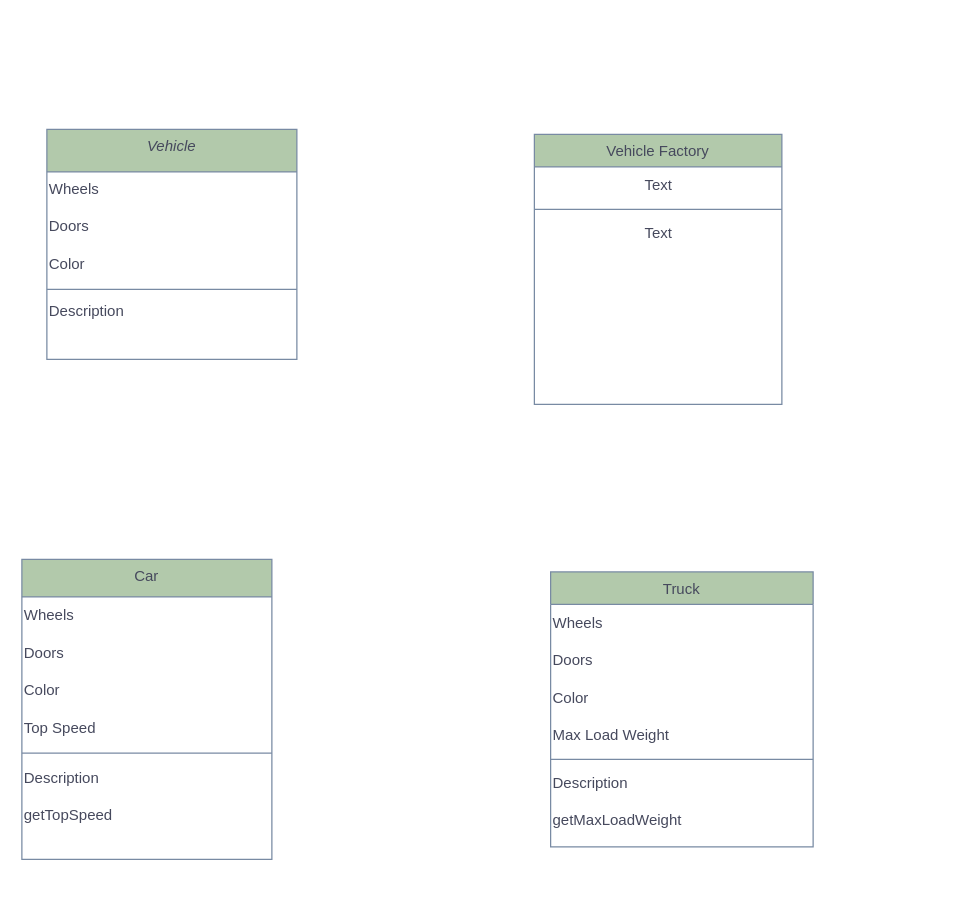
Earlier version of the draw.io diagram Untitled Diagram.drawio (Kvevli/Use-case-diagram-Task). Source tidied: cells renumbered, new cells numbered last; positions are measured from the earlier drawing's top-left corner, leaving out a move shared by most shapes. Both pictures are drawn from the tidied source at 125%, with x=0, y=0 at pixel (21, 129).
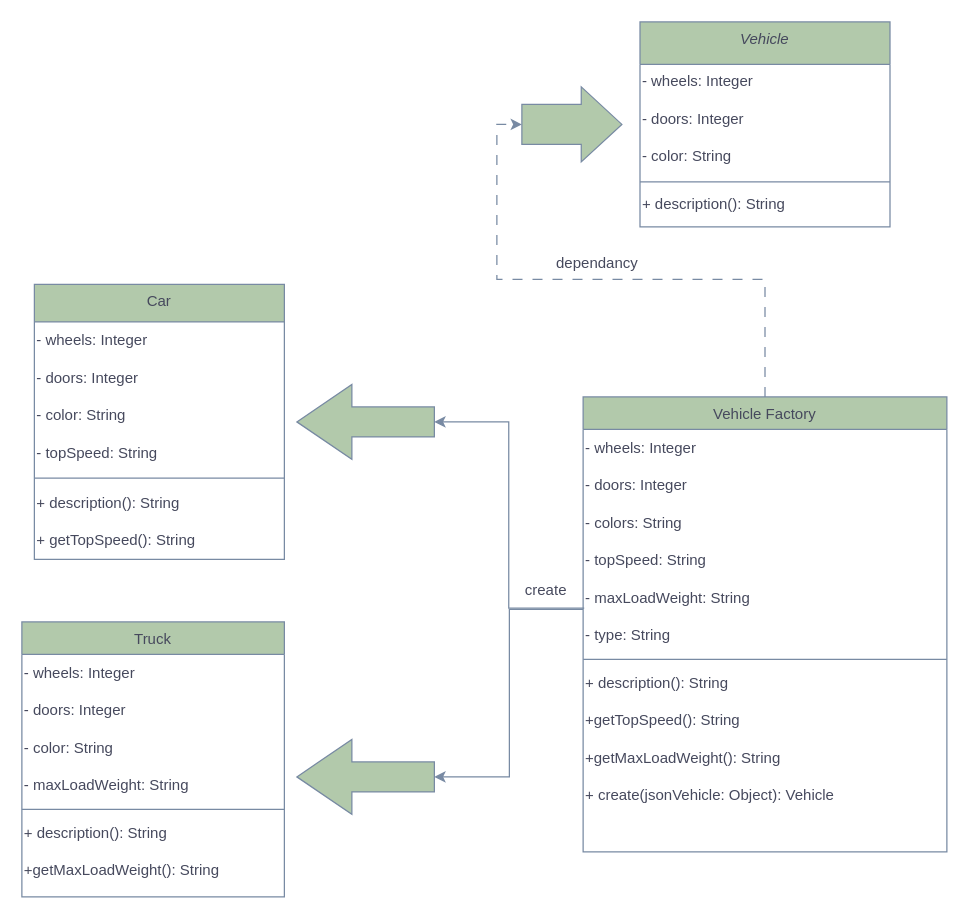
The same page after the edit.

What changed in the source:
```diff
@@
     <mxCell id="2" value="Vehicle" style="swimlane;fontStyle=2;align=center;verticalAlign=top;horizontal=1;startSize=34;rounded=0;shadow=0;strokeWidth=1;labelBackgroundColor=none;fillColor=#B2C9AB;strokeColor=#788AA3;fontColor=#46495D;" parent="1" vertex="1">
-      <mxGeometry x="20" width="200" height="184" as="geometry" />
+      <mxGeometry x="494.5" y="-86" width="200" height="164" as="geometry" />
     </mxCell>
-    <mxCell id="3" value="Wheels" style="text;align=left;verticalAlign=top;strokeColor=none;fillColor=none;fontColor=#46495D;" parent="2" vertex="1">
+    <mxCell id="3" value="- wheels: Integer" style="text;align=left;verticalAlign=top;strokeColor=none;fillColor=none;fontColor=#46495D;" parent="2" vertex="1">
       <mxGeometry y="34" width="200" height="30" as="geometry" />
     </mxCell>
-    <mxCell id="4" value="Doors" style="text;align=left;verticalAlign=top;strokeColor=none;fillColor=none;labelBackgroundColor=none;fontColor=#46495D;" parent="2" vertex="1">
+    <mxCell id="4" value="- doors: Integer" style="text;align=left;verticalAlign=top;strokeColor=none;fillColor=none;labelBackgroundColor=none;fontColor=#46495D;" parent="2" vertex="1">
       <mxGeometry y="64" width="200" height="30" as="geometry" />
     </mxCell>
-    <mxCell id="5" value="Color" style="text;align=left;verticalAlign=top;strokeColor=none;fillColor=none;labelBackgroundColor=none;fontColor=#46495D;" parent="2" vertex="1">
+    <mxCell id="5" value="- color: String" style="text;align=left;verticalAlign=top;strokeColor=none;fillColor=none;labelBackgroundColor=none;fontColor=#46495D;" parent="2" vertex="1">
       <mxGeometry y="94" width="200" height="30" as="geometry" />
     </mxCell>
@@
-    <mxCell id="7" value="Description" style="text;align=left;verticalAlign=top;strokeColor=none;fillColor=none;fontColor=#46495D;" parent="2" vertex="1">
+    <mxCell id="7" value="+ description(): String" style="text;align=left;verticalAlign=top;strokeColor=none;fillColor=none;fontColor=#46495D;" parent="2" vertex="1">
       <mxGeometry y="132" width="200" height="30" as="geometry" />
     </mxCell>
     <mxCell id="8" value="Car" style="swimlane;fontStyle=0;align=center;verticalAlign=top;horizontal=1;startSize=30;rounded=0;shadow=0;strokeWidth=1;labelBackgroundColor=none;fillColor=#B2C9AB;strokeColor=#788AA3;fontColor=#46495D;" parent="1" vertex="1">
-      <mxGeometry y="344" width="200" height="240" as="geometry" />
+      <mxGeometry x="10" y="124" width="200" height="220" as="geometry" />
     </mxCell>
-    <mxCell id="9" value="Wheels" style="text;html=1;align=left;verticalAlign=middle;strokeColor=none;fillColor=none;fontColor=#46495D;" parent="8" vertex="1">
+    <mxCell id="9" value="- wheels: Integer" style="text;html=1;align=left;verticalAlign=middle;strokeColor=none;fillColor=none;fontColor=#46495D;" parent="8" vertex="1">
       <mxGeometry y="30" width="200" height="30" as="geometry" />
     </mxCell>
-    <mxCell id="10" value="Doors" style="text;html=1;align=left;verticalAlign=middle;strokeColor=none;fillColor=none;fontColor=#46495D;" parent="8" vertex="1">
+    <mxCell id="10" value="- doors: Integer" style="text;html=1;align=left;verticalAlign=middle;strokeColor=none;fillColor=none;fontColor=#46495D;" parent="8" vertex="1">
       <mxGeometry y="60" width="200" height="30" as="geometry" />
     </mxCell>
-    <mxCell id="11" value="Color" style="text;html=1;align=left;verticalAlign=middle;strokeColor=none;fillColor=none;fontColor=#46495D;" parent="8" vertex="1">
+    <mxCell id="11" value="- color: String" style="text;html=1;align=left;verticalAlign=middle;strokeColor=none;fillColor=none;fontColor=#46495D;" parent="8" vertex="1">
       <mxGeometry y="90" width="200" height="30" as="geometry" />
     </mxCell>
-    <mxCell id="12" value="Top Speed" style="text;html=1;align=left;verticalAlign=middle;strokeColor=none;fillColor=none;fontColor=#46495D;" parent="8" vertex="1">
+    <mxCell id="12" value="- topSpeed: String" style="text;html=1;align=left;verticalAlign=middle;strokeColor=none;fillColor=none;fontColor=#46495D;" parent="8" vertex="1">
       <mxGeometry y="120" width="200" height="30" as="geometry" />
     </mxCell>
@@
-    <mxCell id="14" value="Description" style="text;html=1;align=left;verticalAlign=middle;strokeColor=none;fillColor=none;fontColor=#46495D;" parent="8" vertex="1">
+    <mxCell id="14" value="+ description(): String" style="text;html=1;align=left;verticalAlign=middle;strokeColor=none;fillColor=none;fontColor=#46495D;" parent="8" vertex="1">
       <mxGeometry y="160" width="200" height="30" as="geometry" />
     </mxCell>
-    <mxCell id="15" value="getTopSpeed" style="text;html=1;align=left;verticalAlign=middle;strokeColor=none;fillColor=none;fontColor=#46495D;" parent="8" vertex="1">
+    <mxCell id="15" value="+ getTopSpeed(): String" style="text;html=1;align=left;verticalAlign=middle;strokeColor=none;fillColor=none;fontColor=#46495D;" parent="8" vertex="1">
       <mxGeometry y="190" width="200" height="30" as="geometry" />
     </mxCell>
     <mxCell id="16" value="Truck" style="swimlane;fontStyle=0;align=center;verticalAlign=top;horizontal=1;startSize=26;rounded=0;shadow=0;strokeWidth=1;labelBackgroundColor=none;fillColor=#B2C9AB;strokeColor=#788AA3;fontColor=#46495D;" parent="1" vertex="1">
-      <mxGeometry x="423" y="354" width="210" height="220" as="geometry" />
+      <mxGeometry y="394" width="210" height="220" as="geometry" />
     </mxCell>
-    <mxCell id="17" value="&lt;div&gt;Wheels&lt;/div&gt;" style="text;html=1;align=left;verticalAlign=middle;strokeColor=none;fillColor=none;labelBackgroundColor=none;fontColor=#46495D;" parent="16" vertex="1">
+    <mxCell id="17" value="- wheels: Integer" style="text;html=1;align=left;verticalAlign=middle;strokeColor=none;fillColor=none;labelBackgroundColor=none;fontColor=#46495D;" parent="16" vertex="1">
       <mxGeometry y="26" width="210" height="30" as="geometry" />
     </mxCell>
-    <mxCell id="18" value="Doors" style="text;html=1;align=left;verticalAlign=middle;strokeColor=none;fillColor=none;fontColor=#46495D;" parent="16" vertex="1">
+    <mxCell id="18" value="&lt;div&gt;- doors: Integer&lt;/div&gt;" style="text;html=1;align=left;verticalAlign=middle;strokeColor=none;fillColor=none;fontColor=#46495D;" parent="16" vertex="1">
       <mxGeometry y="56" width="210" height="30" as="geometry" />
     </mxCell>
-    <mxCell id="19" value="Color" style="text;html=1;align=left;verticalAlign=middle;strokeColor=none;fillColor=none;fontColor=#46495D;" parent="16" vertex="1">
+    <mxCell id="19" value="- color: String" style="text;html=1;align=left;verticalAlign=middle;strokeColor=none;fillColor=none;fontColor=#46495D;" parent="16" vertex="1">
       <mxGeometry y="86" width="210" height="30" as="geometry" />
     </mxCell>
-    <mxCell id="20" value="Max Load Weight" style="text;html=1;align=left;verticalAlign=middle;strokeColor=none;fillColor=none;fontColor=#46495D;" parent="16" vertex="1">
+    <mxCell id="20" value="- maxLoadWeight: String" style="text;html=1;align=left;verticalAlign=middle;strokeColor=none;fillColor=none;fontColor=#46495D;" parent="16" vertex="1">
       <mxGeometry y="116" width="210" height="30" as="geometry" />
     </mxCell>
@@
-    <mxCell id="22" value="Description" style="text;html=1;align=left;verticalAlign=middle;strokeColor=none;fillColor=none;fontColor=#46495D;" parent="16" vertex="1">
+    <mxCell id="22" value="+ description(): String" style="text;html=1;align=left;verticalAlign=middle;strokeColor=none;fillColor=none;fontColor=#46495D;" parent="16" vertex="1">
       <mxGeometry y="154" width="210" height="30" as="geometry" />
     </mxCell>
-    <mxCell id="23" value="getMaxLoadWeight" style="text;html=1;align=left;verticalAlign=middle;strokeColor=none;fillColor=none;fontColor=#46495D;" parent="16" vertex="1">
+    <mxCell id="23" value="+getMaxLoadWeight(): String" style="text;html=1;align=left;verticalAlign=middle;strokeColor=none;fillColor=none;fontColor=#46495D;" parent="16" vertex="1">
       <mxGeometry y="184" width="210" height="30" as="geometry" />
     </mxCell>
+    <mxCell id="28" style="edgeStyle=orthogonalEdgeStyle;rounded=0;jettySize=auto;html=1;strokeColor=#788AA3;fontColor=#46495D;fillColor=#B2C9AB;entryX=0;entryY=0.5;entryDx=0;entryDy=0;entryPerimeter=0;" parent="1" edge="1" source="24" target="39">
+      <mxGeometry relative="1" as="geometry">
+        <Array as="points">
+          <mxPoint x="390" y="384" />
+          <mxPoint x="390" y="518" />
+        </Array>
+      </mxGeometry>
+    </mxCell>
     <mxCell id="24" value="Vehicle Factory" style="swimlane;fontStyle=0;align=center;verticalAlign=top;horizontal=1;startSize=26;rounded=0;shadow=0;strokeWidth=1;labelBackgroundColor=none;fillColor=#B2C9AB;strokeColor=#788AA3;fontColor=#46495D;" parent="1" vertex="1">
-      <mxGeometry x="410" y="4" width="198" height="216" as="geometry" />
+      <mxGeometry x="449" y="214" width="291" height="364" as="geometry" />
     </mxCell>
-    <mxCell id="25" value="Text" style="text;html=1;align=center;verticalAlign=middle;strokeColor=none;fillColor=none;fontColor=#46495D;" parent="24" vertex="1">
-      <mxGeometry y="26" width="198" height="30" as="geometry" />
+    <mxCell id="25" value="- wheels: Integer" style="text;html=1;align=left;verticalAlign=middle;strokeColor=none;fillColor=none;fontColor=#46495D;" parent="24" vertex="1">
+      <mxGeometry y="26" width="291" height="30" as="geometry" />
     </mxCell>
+    <mxCell id="29" value="- doors: Integer" style="text;html=1;align=left;verticalAlign=middle;strokeColor=none;fillColor=none;fontColor=#46495D;" parent="24" vertex="1">
+      <mxGeometry y="56" width="291" height="30" as="geometry" />
+    </mxCell>
+    <mxCell id="30" value="- colors: String" style="text;html=1;align=left;verticalAlign=middle;strokeColor=none;fillColor=none;fontColor=#46495D;" parent="24" vertex="1">
+      <mxGeometry y="86" width="291" height="30" as="geometry" />
+    </mxCell>
+    <mxCell id="31" value="- topSpeed: String" style="text;html=1;align=left;verticalAlign=middle;strokeColor=none;fillColor=none;fontColor=#46495D;" parent="24" vertex="1">
+      <mxGeometry y="116" width="291" height="30" as="geometry" />
+    </mxCell>
+    <mxCell id="32" value="- maxLoadWeight: String" style="text;html=1;align=left;verticalAlign=middle;points=[];strokeColor=none;fillColor=none;fontColor=#46495D;" parent="24" vertex="1">
+      <mxGeometry y="146" width="291" height="30" as="geometry" />
+    </mxCell>
+    <mxCell id="33" value="- type: String" style="text;html=1;align=left;verticalAlign=middle;strokeColor=none;fillColor=none;fontColor=#46495D;" parent="24" vertex="1">
+      <mxGeometry y="176" width="291" height="30" as="geometry" />
+    </mxCell>
     <mxCell id="26" style="line;html=1;strokeWidth=1;align=left;verticalAlign=middle;spacingTop=-1;spacingLeft=3;spacingRight=3;labelPosition=right;labelBackgroundColor=none;fillColor=#B2C9AB;strokeColor=#788AA3;fontColor=#46495D;" parent="24" vertex="1">
-      <mxGeometry y="56" width="198" height="8" as="geometry" />
+      <mxGeometry y="206" width="291" height="8" as="geometry" />
     </mxCell>
-    <mxCell id="27" value="Text" style="text;html=1;align=center;verticalAlign=middle;strokeColor=none;fillColor=none;fontColor=#46495D;" parent="24" vertex="1">
-      <mxGeometry y="64" width="198" height="30" as="geometry" />
+    <mxCell id="27" value="+ description(): String" style="text;html=1;align=left;verticalAlign=middle;strokeColor=none;fillColor=none;fontColor=#46495D;" parent="24" vertex="1">
+      <mxGeometry y="214" width="291" height="30" as="geometry" />
     </mxCell>
+    <mxCell id="34" value="+getTopSpeed(): String" style="text;html=1;align=left;verticalAlign=middle;strokeColor=none;fillColor=none;fontColor=#46495D;" parent="24" vertex="1">
+      <mxGeometry y="244" width="291" height="30" as="geometry" />
+    </mxCell>
+    <mxCell id="35" value="+getMaxLoadWeight(): String" style="text;html=1;align=left;verticalAlign=middle;strokeColor=none;fillColor=none;fontColor=#46495D;" parent="24" vertex="1">
+      <mxGeometry y="274" width="291" height="30" as="geometry" />
+    </mxCell>
+    <mxCell id="36" value="+ create(jsonVehicle: Object): Vehicle" style="text;html=1;align=left;verticalAlign=middle;strokeColor=none;fillColor=none;fontColor=#46495D;" parent="24" vertex="1">
+      <mxGeometry y="304" width="291" height="30" as="geometry" />
+    </mxCell>
+    <mxCell id="37" style="shape=singleArrow;whiteSpace=wrap;html=1;arrowWidth=0.5333333333333333;arrowSize=0.40625;verticalAlign=top;fillColor=#B2C9AB;strokeColor=#788AA3;fontColor=#46495D;fontStyle=0;startSize=26;rounded=0;shadow=0;strokeWidth=1;labelBackgroundColor=none;direction=east;" parent="1" vertex="1">
+      <mxGeometry x="400" y="-34" width="80" height="60" as="geometry" />
+    </mxCell>
+    <mxCell id="38" style="shape=singleArrow;whiteSpace=wrap;html=1;arrowWidth=0.4;arrowSize=0.4;strokeColor=#788AA3;fontColor=#46495D;fillColor=#B2C9AB;direction=west;" parent="1" vertex="1">
+      <mxGeometry x="220" y="204" width="110" height="60" as="geometry" />
+    </mxCell>
+    <mxCell id="39" style="shape=singleArrow;whiteSpace=wrap;html=1;arrowWidth=0.4;arrowSize=0.4;strokeColor=#788AA3;fontColor=#46495D;fillColor=#B2C9AB;direction=west;" parent="1" vertex="1">
+      <mxGeometry x="220" y="488" width="110" height="60" as="geometry" />
+    </mxCell>
+    <mxCell id="40" style="edgeStyle=orthogonalEdgeStyle;rounded=0;jettySize=auto;html=1;strokeColor=#788AA3;fontColor=#46495D;fillColor=#B2C9AB;entryX=0;entryY=0.5;entryDx=0;entryDy=0;entryPerimeter=0;exitX=0.003;exitY=0.767;exitDx=0;exitDy=0;exitPerimeter=0;" parent="1" edge="1" source="32" target="38">
+      <mxGeometry relative="1" as="geometry" />
+    </mxCell>
+    <mxCell id="41" style="edgeStyle=orthogonalEdgeStyle;rounded=0;jettySize=auto;html=1;entryX=0;entryY=0.5;entryDx=0;entryDy=0;entryPerimeter=0;strokeColor=#788AA3;fontColor=#46495D;fillColor=#B2C9AB;labelBackgroundColor=default;flowAnimation=0;shadow=0;dashed=1;dashPattern=8 8;" parent="1" edge="1" source="24" target="37">
+      <mxGeometry relative="1" as="geometry" />
+    </mxCell>
+    <mxCell id="42" value="create" style="text;html=1;align=center;verticalAlign=middle;strokeColor=none;fillColor=none;fontColor=#46495D;rotation=0;" parent="1" vertex="1">
+      <mxGeometry x="389" y="354" width="60" height="30" as="geometry" />
+    </mxCell>
+    <mxCell id="43" value="&lt;div&gt;dependancy&lt;/div&gt;" style="text;html=1;align=center;verticalAlign=middle;strokeColor=none;fillColor=none;fontColor=#46495D;" parent="1" vertex="1">
+      <mxGeometry x="415" y="92" width="90" height="30" as="geometry" />
+    </mxCell>
```
